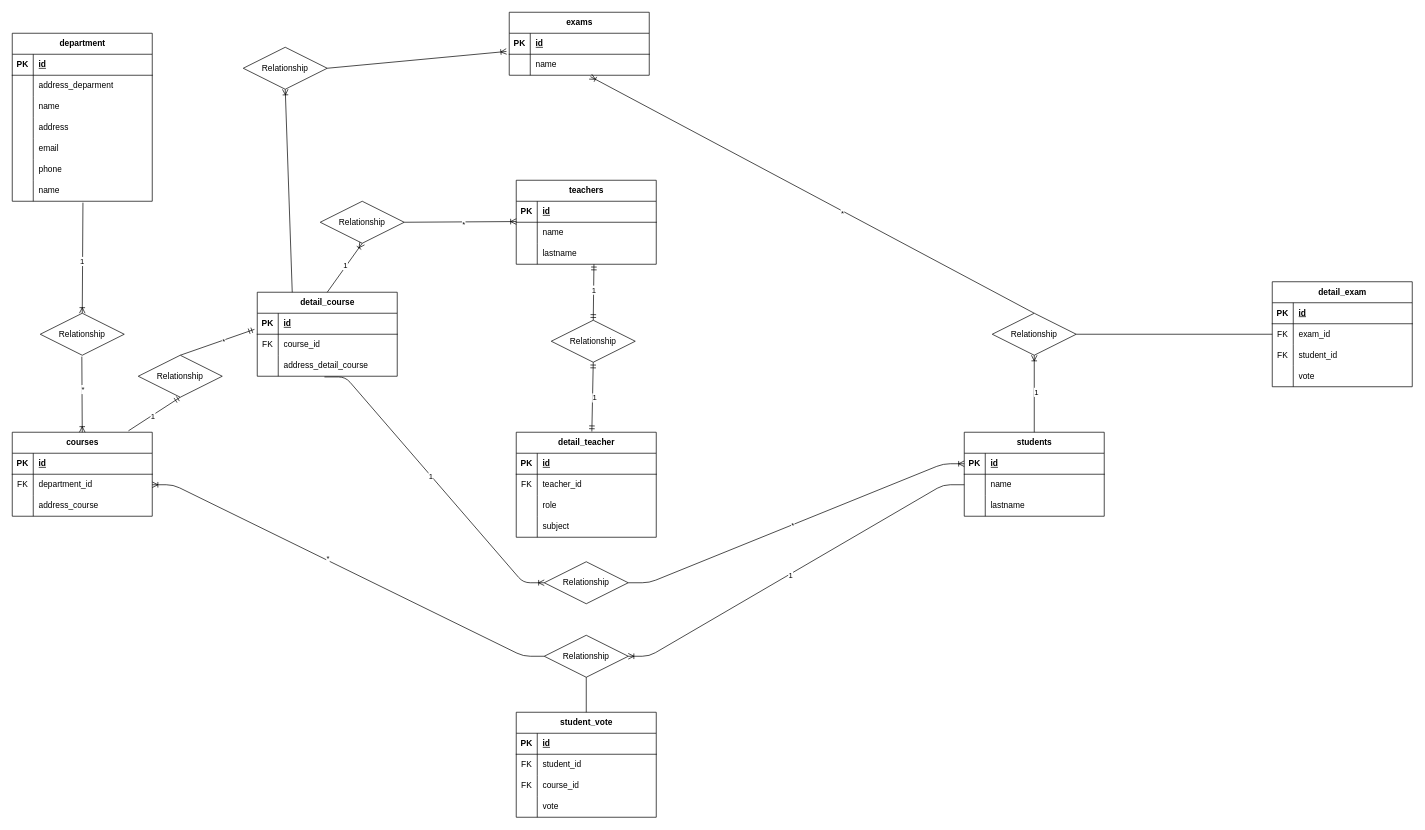
Before: university-scheme.drawio in nicoladomingorizzo/db-university, a draw.io diagram. Source tidied: cells renumbered, new cells numbered last; positions are measured from the earlier drawing's top-left corner, leaving out a move shared by most shapes. Both pictures are drawn from the tidied source at 70%, with x=0, y=0 at pixel (12, 12).
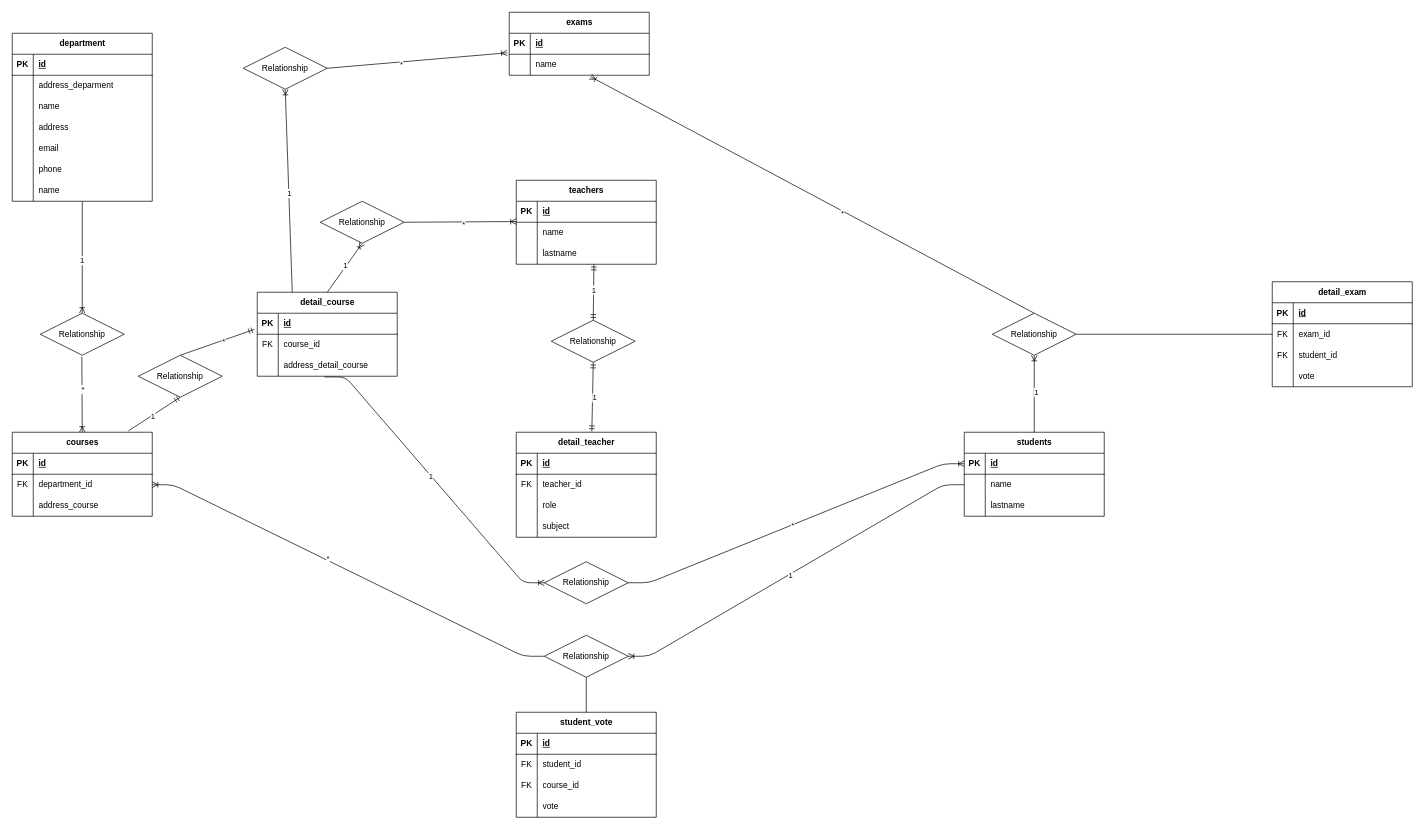
Above is the later version.

Commit message:
Update university scheme diagram to adjust relationships and add cardinality labels

The change refers to these unchanged cells:
```xml
<mxCell id="21" style="shape=tableRow;horizontal=0;startSize=0;swimlaneHead=0;swimlaneBody=0;fillColor=none;points=[[0,0.5],[1,0.5]];portConstraint=eastwest;top=0;left=0;right=0;bottom=0;" parent="2" vertex="1">
  <mxGeometry y="210" width="200" height="30" as="geometry" />
</mxCell>
<mxCell id="68" style="shape=tableRow;horizontal=0;startSize=0;swimlaneHead=0;swimlaneBody=0;fillColor=none;points=[[0,0.5],[1,0.5]];portConstraint=eastwest;top=0;left=0;right=0;bottom=1;" parent="67" vertex="1">
  <mxGeometry y="30" width="200" height="30" as="geometry" />
</mxCell>
<mxCell id="71" style="shape=tableRow;horizontal=0;startSize=0;swimlaneHead=0;swimlaneBody=0;fillColor=none;points=[[0,0.5],[1,0.5]];portConstraint=eastwest;top=0;left=0;right=0;bottom=0;" parent="67" vertex="1">
  <mxGeometry y="60" width="200" height="30" as="geometry" />
</mxCell>
<mxCell id="114" value="Relationship" style="shape=rhombus;perimeter=rhombusPerimeter;whiteSpace=wrap;html=1;align=center;" parent="1" vertex="1">
  <mxGeometry x="40" y="430" width="120" height="60" as="geometry" />
</mxCell>
<mxCell id="143" style="fontSize=12;html=1;endArrow=ERoneToMany;exitX=0.25;exitY=0;exitDx=0;exitDy=0;entryX=0.5;entryY=1;entryDx=0;entryDy=0;" parent="1" edge="1" source="34" target="144">
  <mxGeometry relative="1" as="geometry" />
</mxCell>
<mxCell id="144" value="Relationship" style="shape=rhombus;perimeter=rhombusPerimeter;whiteSpace=wrap;html=1;align=center;" parent="1" vertex="1">
  <mxGeometry x="330" y="50" width="120" height="60" as="geometry" />
</mxCell>
```

What changed in the source:
```diff
@@
-    <mxCell id="112" style="fontSize=12;html=1;endArrow=ERoneToMany;entryX=0.5;entryY=0;entryDx=0;entryDy=0;exitX=0.505;exitY=1.067;exitDx=0;exitDy=0;exitPerimeter=0;" parent="1" edge="1" source="21" target="114">
-      <mxGeometry relative="1" as="geometry" />
+    <mxCell id="112" style="fontSize=12;html=1;endArrow=ERoneToMany;entryX=0.5;entryY=0;entryDx=0;entryDy=0;" parent="1" edge="1" target="114">
+      <mxGeometry relative="1" as="geometry">
+        <mxPoint x="100" y="270" as="sourcePoint" />
+      </mxGeometry>
     </mxCell>
@@
-    <mxCell id="142" style="fontSize=12;html=1;endArrow=ERoneToMany;exitX=1;exitY=0.5;exitDx=0;exitDy=0;entryX=-0.02;entryY=-0.133;entryDx=0;entryDy=0;entryPerimeter=0;" parent="1" edge="1" source="144" target="71">
+    <mxCell id="142" style="fontSize=12;html=1;endArrow=ERoneToMany;exitX=1;exitY=0.5;exitDx=0;exitDy=0;entryX=-0.015;entryY=0.933;entryDx=0;entryDy=0;entryPerimeter=0;" parent="1" edge="1" source="144" target="68">
       <mxGeometry relative="1" as="geometry" />
     </mxCell>
+    <mxCell id="150" value="*" style="edgeLabel;html=1;align=center;verticalAlign=middle;" parent="142" vertex="1">
+      <mxGeometry x="-0.18" y="-3" relative="1" as="geometry" />
+    </mxCell>
@@
+    <mxCell id="151" value="1" style="edgeLabel;html=1;align=center;verticalAlign=middle;" parent="143" vertex="1">
+      <mxGeometry x="-0.02" relative="1" as="geometry" />
+    </mxCell>
```
